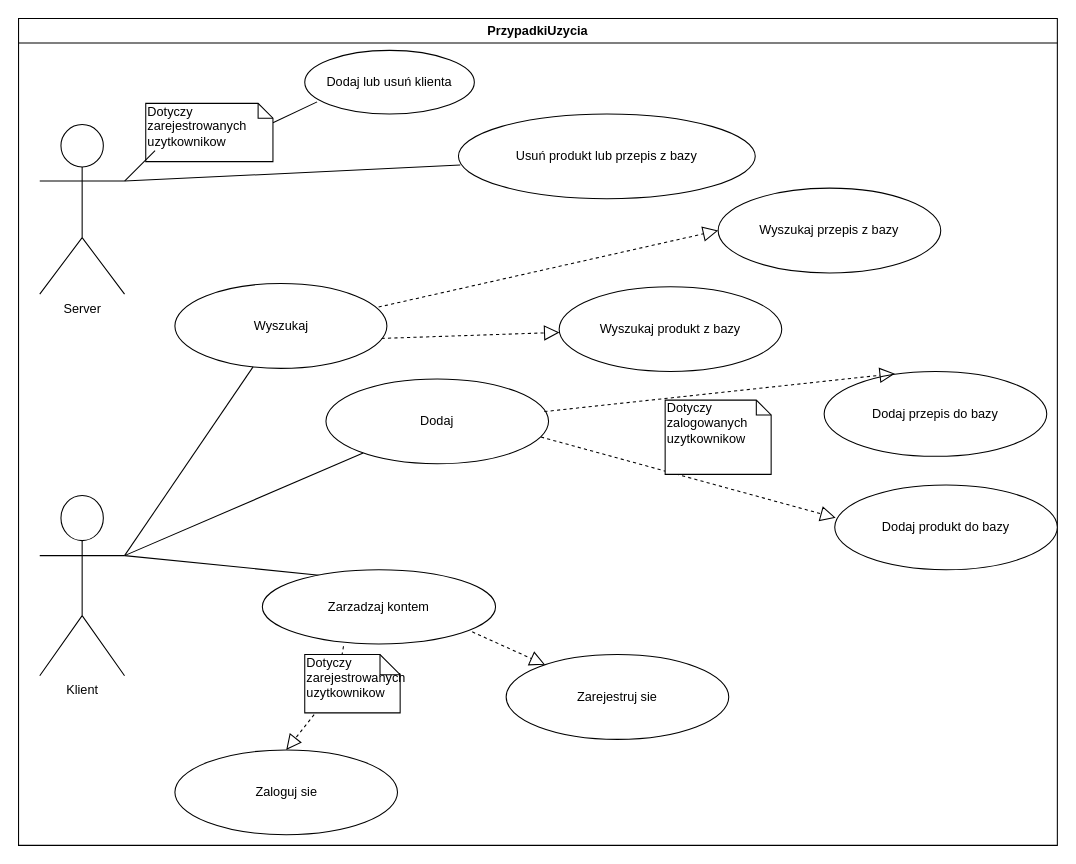
This is PrzypadkiUzyciaDiagram.drawio from aniauli/inzynieriaOprogramowania, a draw.io file, before an edit. Source tidied: cells renumbered, new cells numbered last; positions are measured from the earlier drawing's top-left corner, leaving out a move shared by most shapes. Both pictures are drawn from the tidied source at 106%, with x=0, y=0 at pixel (18, 18).
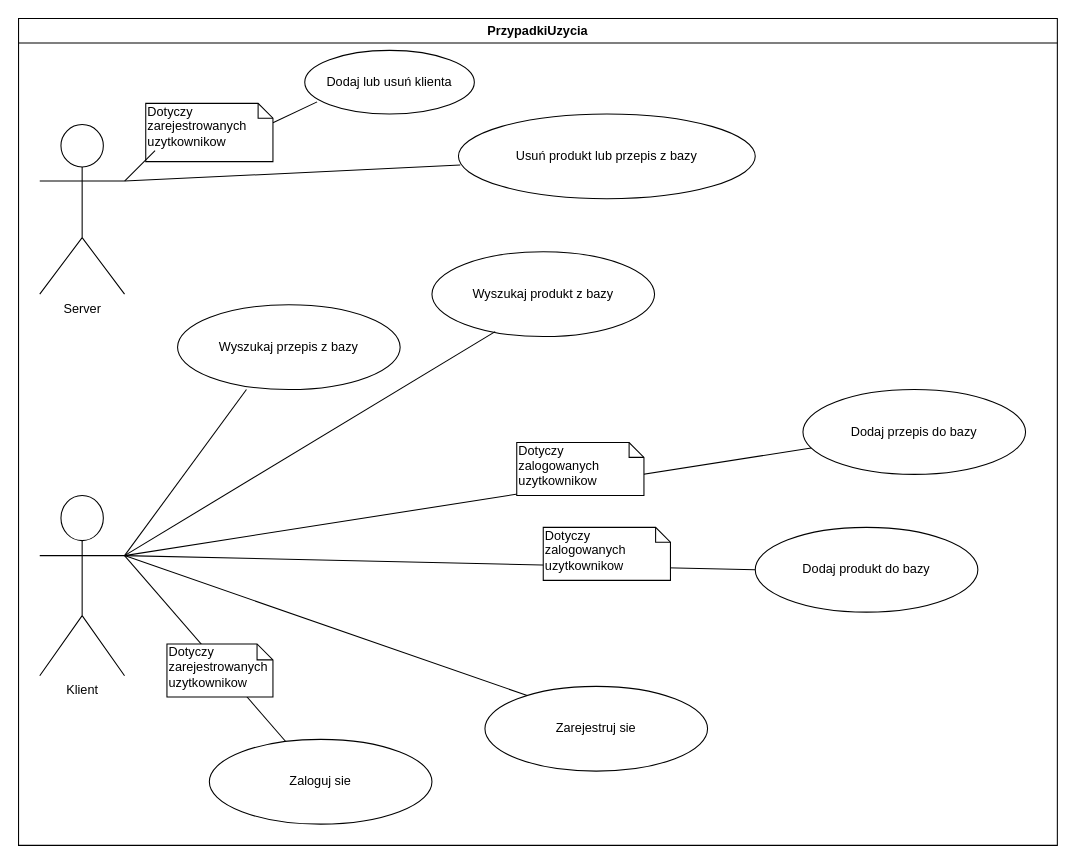
Above is the later version.

Unchanged cells that the change refers to:
```xml
<mxCell id="2" value="PrzypadkiUzycia" style="swimlane;whiteSpace=wrap;" parent="1" vertex="1">
  <mxGeometry width="980" height="780" as="geometry" />
</mxCell>
<mxCell id="4" value="Klient&lt;br&gt;" style="shape=umlActor;verticalLabelPosition=bottom;verticalAlign=top;html=1;outlineConnect=0;" parent="2" vertex="1">
  <mxGeometry x="20" y="450" width="80" height="170" as="geometry" />
</mxCell>
```

The edit, as a diff of the source:
```diff
@@
-    <mxCell id="11" value="Wyszukaj" style="ellipse;whiteSpace=wrap;html=1;align=center;newEdgeStyle={&quot;edgeStyle&quot;:&quot;entityRelationEdgeStyle&quot;,&quot;startArrow&quot;:&quot;none&quot;,&quot;endArrow&quot;:&quot;none&quot;,&quot;segment&quot;:10,&quot;curved&quot;:1};" parent="2" vertex="1">
-      <mxGeometry x="147.5" y="250" width="200" height="80" as="geometry" />
-    </mxCell>
-    <mxCell id="12" style="endArrow=none;html=1;exitX=1;exitY=0.3333333333333333;exitDx=0;exitDy=0;exitPerimeter=0;" parent="2" edge="1" source="4" target="11">
-      <mxGeometry relative="1" as="geometry" />
-    </mxCell>
     <mxCell id="13" value="Wyszukaj przepis z bazy" style="ellipse;whiteSpace=wrap;html=1;align=center;newEdgeStyle={&quot;edgeStyle&quot;:&quot;entityRelationEdgeStyle&quot;,&quot;startArrow&quot;:&quot;none&quot;,&quot;endArrow&quot;:&quot;none&quot;,&quot;segment&quot;:10,&quot;curved&quot;:1};" parent="2" vertex="1">
-      <mxGeometry x="660" y="160" width="210" height="80" as="geometry" />
+      <mxGeometry x="150" y="270" width="210" height="80" as="geometry" />
     </mxCell>
-    <mxCell id="14" value="Dodaj" style="ellipse;whiteSpace=wrap;html=1;align=center;newEdgeStyle={&quot;edgeStyle&quot;:&quot;entityRelationEdgeStyle&quot;,&quot;startArrow&quot;:&quot;none&quot;,&quot;endArrow&quot;:&quot;none&quot;,&quot;segment&quot;:10,&quot;curved&quot;:1};" parent="2" vertex="1">
-      <mxGeometry x="290" y="340" width="210" height="80" as="geometry" />
-    </mxCell>
     <mxCell id="15" value="Dodaj przepis&amp;nbsp;do bazy" style="ellipse;whiteSpace=wrap;html=1;align=center;newEdgeStyle={&quot;edgeStyle&quot;:&quot;entityRelationEdgeStyle&quot;,&quot;startArrow&quot;:&quot;none&quot;,&quot;endArrow&quot;:&quot;none&quot;,&quot;segment&quot;:10,&quot;curved&quot;:1};" parent="2" vertex="1">
-      <mxGeometry x="760" y="333" width="210" height="80" as="geometry" />
+      <mxGeometry x="740" y="350" width="210" height="80" as="geometry" />
     </mxCell>
-    <mxCell id="16" style="endArrow=none;html=1;exitX=1;exitY=0.3333333333333333;exitDx=0;exitDy=0;exitPerimeter=0;" parent="2" edge="1" source="4" target="14">
-      <mxGeometry relative="1" as="geometry" />
-    </mxCell>
-    <mxCell id="17" style="endArrow=block;dashed=1;endFill=0;endSize=12;html=1;entryX=0;entryY=0.5;entryDx=0;entryDy=0;exitX=0.961;exitY=0.277;exitDx=0;exitDy=0;exitPerimeter=0;" parent="2" edge="1" source="11" target="13">
-      <mxGeometry relative="1" as="geometry" />
-    </mxCell>
     <mxCell id="18" value="Wyszukaj produkt z bazy" style="ellipse;whiteSpace=wrap;html=1;align=center;newEdgeStyle={&quot;edgeStyle&quot;:&quot;entityRelationEdgeStyle&quot;,&quot;startArrow&quot;:&quot;none&quot;,&quot;endArrow&quot;:&quot;none&quot;,&quot;segment&quot;:10,&quot;curved&quot;:1};" parent="2" vertex="1">
-      <mxGeometry x="510" y="253" width="210" height="80" as="geometry" />
+      <mxGeometry x="390" y="220" width="210" height="80" as="geometry" />
     </mxCell>
-    <mxCell id="19" style="endArrow=block;dashed=1;endFill=0;endSize=12;html=1;exitX=0.975;exitY=0.647;exitDx=0;exitDy=0;exitPerimeter=0;" parent="2" edge="1" source="11" target="18">
-      <mxGeometry relative="1" as="geometry" />
-    </mxCell>
-    <mxCell id="20" style="endArrow=block;dashed=1;endFill=0;endSize=12;html=1;entryX=0.318;entryY=0.025;entryDx=0;entryDy=0;entryPerimeter=0;exitX=0.981;exitY=0.385;exitDx=0;exitDy=0;exitPerimeter=0;" parent="2" edge="1" source="14" target="15">
-      <mxGeometry relative="1" as="geometry" />
-    </mxCell>
     <mxCell id="21" value="Dodaj produkt do bazy" style="ellipse;whiteSpace=wrap;html=1;align=center;newEdgeStyle={&quot;edgeStyle&quot;:&quot;entityRelationEdgeStyle&quot;,&quot;startArrow&quot;:&quot;none&quot;,&quot;endArrow&quot;:&quot;none&quot;,&quot;segment&quot;:10,&quot;curved&quot;:1};" parent="2" vertex="1">
-      <mxGeometry x="770" y="440" width="210" height="80" as="geometry" />
+      <mxGeometry x="695" y="480" width="210" height="80" as="geometry" />
     </mxCell>
-    <mxCell id="22" style="endArrow=block;dashed=1;endFill=0;endSize=12;html=1;entryX=0.004;entryY=0.387;entryDx=0;entryDy=0;entryPerimeter=0;exitX=0.966;exitY=0.685;exitDx=0;exitDy=0;exitPerimeter=0;" parent="2" edge="1" source="14" target="21">
-      <mxGeometry relative="1" as="geometry" />
-    </mxCell>
-    <mxCell id="23" style="endArrow=none;html=1;entryX=1;entryY=0.3333333333333333;entryDx=0;entryDy=0;entryPerimeter=0;exitX=0.275;exitY=0.083;exitDx=0;exitDy=0;exitPerimeter=0;" parent="2" edge="1" source="24" target="4">
-      <mxGeometry relative="1" as="geometry" />
-    </mxCell>
-    <mxCell id="24" value="Zarzadzaj kontem" style="ellipse;whiteSpace=wrap;html=1;" parent="2" vertex="1">
-      <mxGeometry x="230" y="520" width="220" height="70" as="geometry" />
-    </mxCell>
-    <mxCell id="25" style="endArrow=block;dashed=1;endFill=0;endSize=12;html=1;exitX=0.9;exitY=0.837;exitDx=0;exitDy=0;exitPerimeter=0;" parent="2" edge="1" source="24" target="26">
-      <mxGeometry relative="1" as="geometry" />
-    </mxCell>
     <mxCell id="26" value="Zarejestruj sie" style="ellipse;whiteSpace=wrap;html=1;align=center;newEdgeStyle={&quot;edgeStyle&quot;:&quot;entityRelationEdgeStyle&quot;,&quot;startArrow&quot;:&quot;none&quot;,&quot;endArrow&quot;:&quot;none&quot;,&quot;segment&quot;:10,&quot;curved&quot;:1};" parent="2" vertex="1">
-      <mxGeometry x="460" y="600" width="210" height="80" as="geometry" />
+      <mxGeometry x="440" y="630" width="210" height="80" as="geometry" />
     </mxCell>
     <mxCell id="27" value="Zaloguj sie" style="ellipse;whiteSpace=wrap;html=1;align=center;newEdgeStyle={&quot;edgeStyle&quot;:&quot;entityRelationEdgeStyle&quot;,&quot;startArrow&quot;:&quot;none&quot;,&quot;endArrow&quot;:&quot;none&quot;,&quot;segment&quot;:10,&quot;curved&quot;:1};" parent="2" vertex="1">
-      <mxGeometry x="147.5" y="690" width="210" height="80" as="geometry" />
+      <mxGeometry x="180" y="680" width="210" height="80" as="geometry" />
     </mxCell>
-    <mxCell id="28" style="endArrow=block;dashed=1;endFill=0;endSize=12;html=1;exitX=0.348;exitY=1.031;exitDx=0;exitDy=0;exitPerimeter=0;entryX=0.5;entryY=0;entryDx=0;entryDy=0;" parent="2" edge="1" source="24" target="27">
-      <mxGeometry relative="1" as="geometry">
-        <Array as="points">
-          <mxPoint x="300" y="630" />
-        </Array>
-      </mxGeometry>
-    </mxCell>
+    <mxCell id="31" style="endArrow=none;html=1;exitX=1;exitY=0.3333333333333333;exitDx=0;exitDy=0;exitPerimeter=0;" parent="2" edge="1" source="4">
+      <mxGeometry relative="1" as="geometry">
+        <mxPoint x="215" y="350" as="targetPoint" />
+      </mxGeometry>
+    </mxCell>
+    <mxCell id="32" style="endArrow=none;html=1;exitX=1;exitY=0.3333333333333333;exitDx=0;exitDy=0;exitPerimeter=0;entryX=0.284;entryY=0.942;entryDx=0;entryDy=0;entryPerimeter=0;" parent="2" edge="1" source="4" target="18">
+      <mxGeometry relative="1" as="geometry" />
+    </mxCell>
+    <mxCell id="33" style="endArrow=none;html=1;exitX=1;exitY=0.3333333333333333;exitDx=0;exitDy=0;exitPerimeter=0;" parent="2" edge="1" source="4" target="15">
+      <mxGeometry relative="1" as="geometry" />
+    </mxCell>
     <mxCell id="29" value="Dotyczy zalogowanych uzytkownikow" style="shape=note;whiteSpace=wrap;html=1;size=14;verticalAlign=top;align=left;spacingTop=-6;" parent="2" vertex="1">
-      <mxGeometry x="610" y="360" width="100" height="70" as="geometry" />
+      <mxGeometry x="470" y="400" width="120" height="50" as="geometry" />
     </mxCell>
+    <mxCell id="34" style="endArrow=none;html=1;exitX=1;exitY=0.3333333333333333;exitDx=0;exitDy=0;exitPerimeter=0;entryX=0;entryY=0.5;entryDx=0;entryDy=0;" parent="2" edge="1" source="4" target="21">
+      <mxGeometry relative="1" as="geometry" />
+    </mxCell>
+    <mxCell id="35" value="Dotyczy zalogowanych uzytkownikow" style="shape=note;whiteSpace=wrap;html=1;size=14;verticalAlign=top;align=left;spacingTop=-6;" parent="2" vertex="1">
+      <mxGeometry x="495" y="480" width="120" height="50" as="geometry" />
+    </mxCell>
+    <mxCell id="36" style="endArrow=none;html=1;exitX=1;exitY=0.3333333333333333;exitDx=0;exitDy=0;exitPerimeter=0;entryX=0.19;entryY=0.108;entryDx=0;entryDy=0;entryPerimeter=0;" parent="2" edge="1" source="4" target="26">
+      <mxGeometry relative="1" as="geometry" />
+    </mxCell>
+    <mxCell id="37" style="endArrow=none;html=1;entryX=1;entryY=0.3333333333333333;entryDx=0;entryDy=0;entryPerimeter=0;" parent="2" edge="1" source="27" target="4">
+      <mxGeometry relative="1" as="geometry" />
+    </mxCell>
-    <mxCell id="30" value="Dotyczy zarejestrowanych uzytkownikow&lt;br&gt;" style="shape=note;whiteSpace=wrap;html=1;size=19;verticalAlign=top;align=left;spacingTop=-6;" parent="2" vertex="1">
-      <mxGeometry x="270" y="600" width="90" height="55" as="geometry" />
+    <mxCell id="30" value="Dotyczy zarejestrowanych uzytkownikow&lt;br&gt;" style="shape=note;whiteSpace=wrap;html=1;size=15;verticalAlign=top;align=left;spacingTop=-6;" parent="2" vertex="1">
+      <mxGeometry x="140" y="590" width="100" height="50" as="geometry" />
     </mxCell>
```
